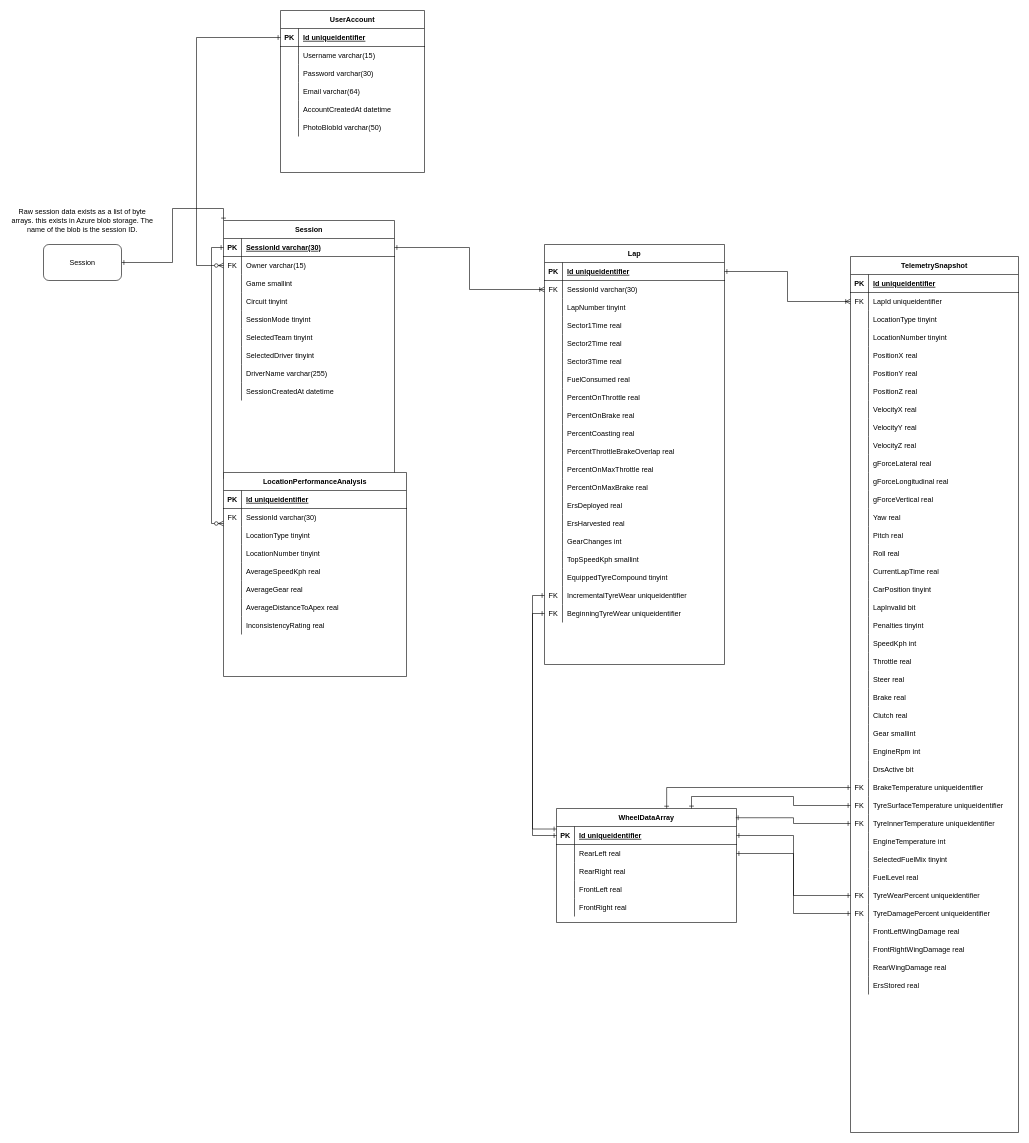
TimHanewich/ApexVisualLibrary keeps this draw.io diagram as page "Sessions" (1 of 4) of ApexVisualErd.drawio. Above is the earlier version. Source tidied: cells renumbered, new cells numbered last; positions are measured from the earlier drawing's top-left corner, leaving out a move shared by most shapes. Both pictures are drawn from the tidied source at 60%, with x=0, y=0 at pixel (10, 10).
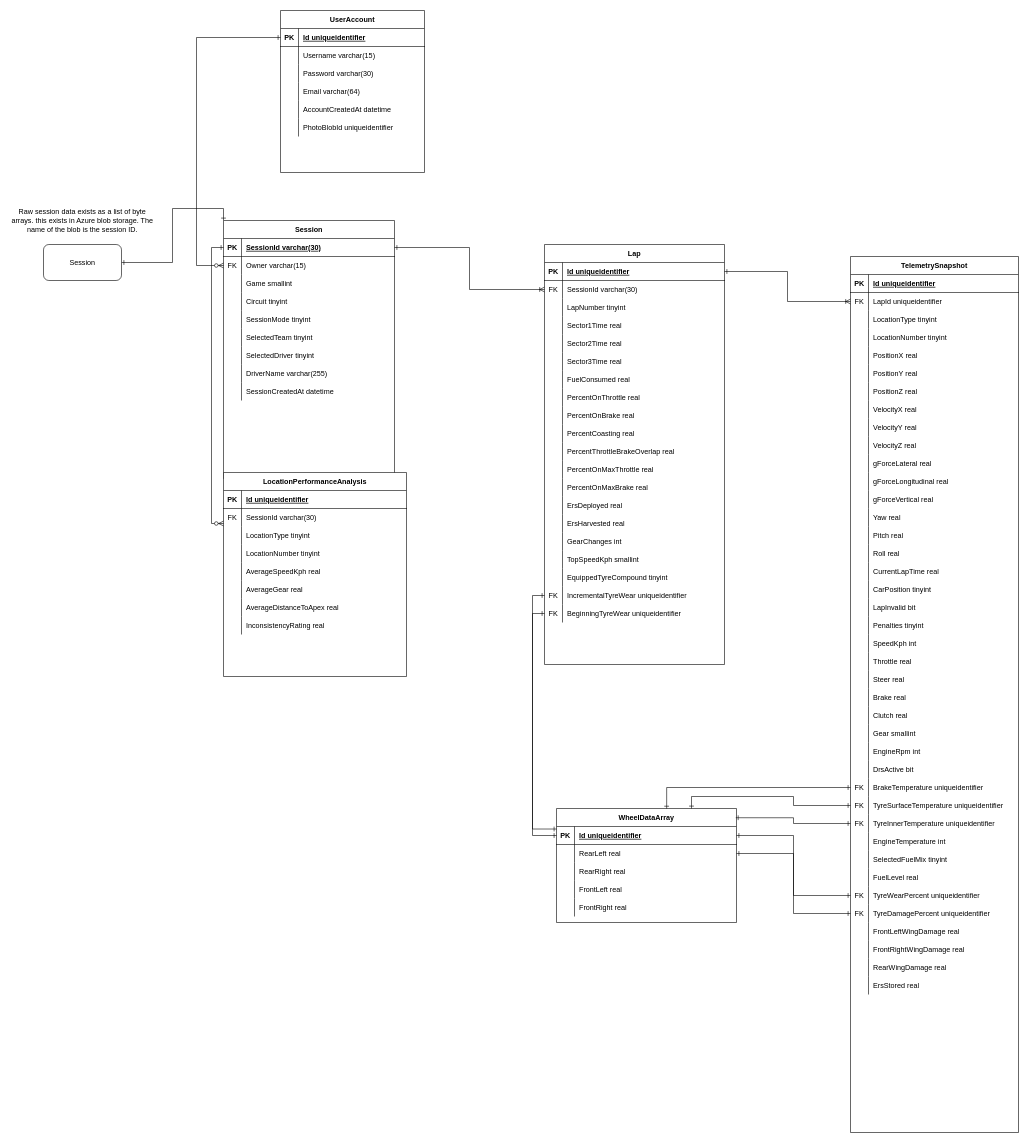
The same diagram, later.

Commit message:
Made PhotoBlobId a GUID

The change refers to these unchanged cells:
```xml
<mxCell id="282" style="shape=partialRectangle;fillColor=none;top=0;left=0;bottom=0;right=0;" parent="266" vertex="1">
  <mxGeometry y="180" width="240" height="30" as="geometry" />
</mxCell>
```

The edit, as a diff of the source:
```diff
@@
-    <mxCell id="284" value="PhotoBlobId varchar(50)" style="shape=partialRectangle;fillColor=none;top=0;left=0;bottom=0;right=0;align=left;spacingLeft=6;overflow=hidden;" parent="282" vertex="1">
+    <mxCell id="284" value="PhotoBlobId uniqueidentifier" style="shape=partialRectangle;fillColor=none;top=0;left=0;bottom=0;right=0;align=left;spacingLeft=6;overflow=hidden;" parent="282" vertex="1">
       <mxGeometry x="30" width="210" height="30" as="geometry" />
     </mxCell>
```
